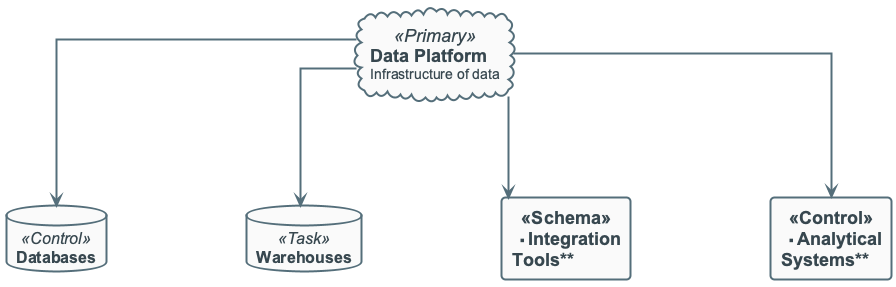
Before: diagrams/week01/week1_de_platform_overview.png, a diagram exported from PlantUML (OrPerets/data-engineering-course). Source of this version:
```plantuml
@startuml
!include ../_template_styles.puml
top to bottom direction

cloud "**Data Platform**\n<size:14>Infrastructure of data</size>" as P <<Primary>>

database "**Databases**" as DB <<Control>>
database "**Warehouses**" as WH <<Task>>
rectangle "**Integration\nTools**" as I <<Schema>>
rectangle "**Analytical\nSystems**" as A <<Control>>

P --> DB
P --> WH
P --> I
P --> A

@enduml
```
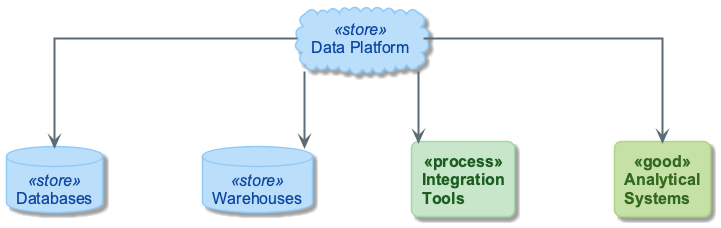
Later version of the same file.

The edit, as a diff of the source:
```diff
@@ -1,17 +1,21 @@
 @startuml
 !include ../_template_styles.puml
+!include _week1_visual_style.puml
+
 top to bottom direction
+skinparam nodesep 100
+skinparam ranksep 70
 
-cloud "**Data Platform**\n<size:14>Infrastructure of data</size>" as P <<Primary>>
+cloud "Data Platform" as P <<store>>
 
-database "**Databases**" as DB <<Control>>
-database "**Warehouses**" as WH <<Task>>
-rectangle "**Integration\nTools**" as I <<Schema>>
-rectangle "**Analytical\nSystems**" as A <<Control>>
+database "Databases" as DB <<store>>
+database "Warehouses" as WH <<store>>
+rectangle "Integration\nTools" as I <<process>>
+rectangle "Analytical\nSystems" as A <<good>>
 
-P --> DB
-P --> WH
-P --> I
-P --> A
+P -down-> DB
+P -down-> WH
+P -down-> I
+P -down-> A
 
 @enduml
```
